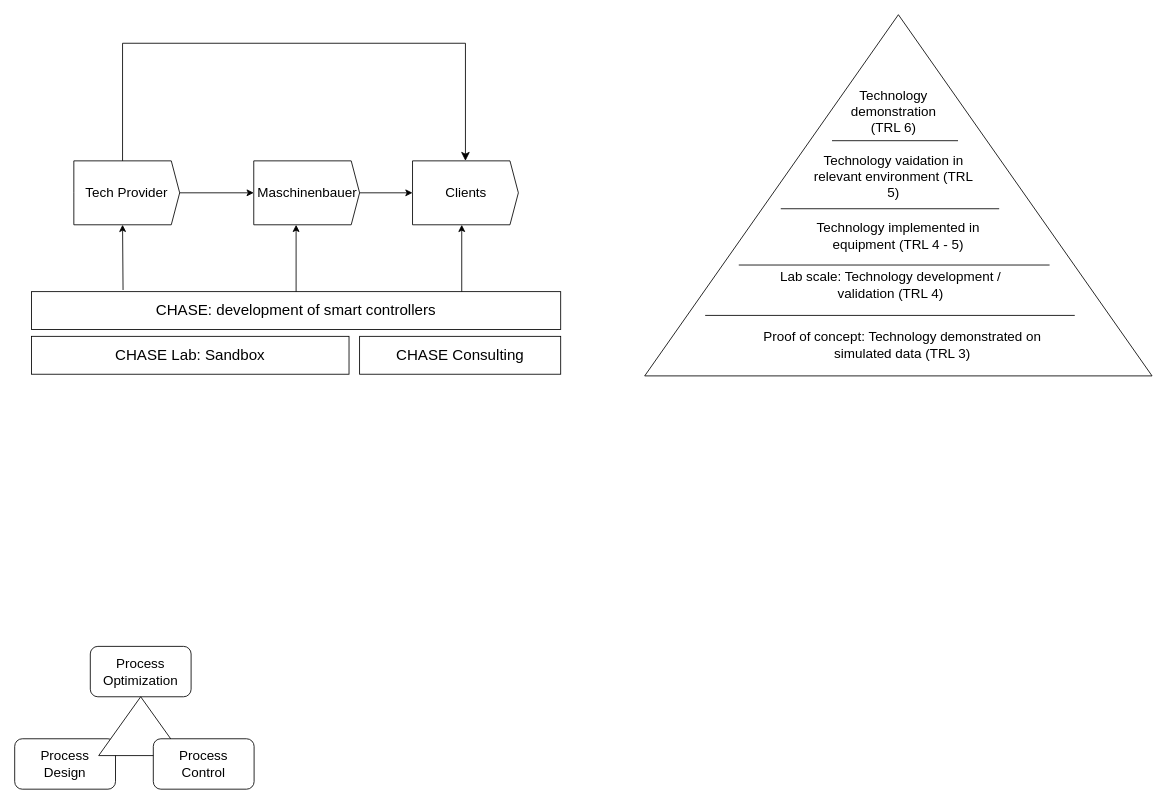
The draw.io diagram scenarios.drawio in kay-squared/PyTorchLearn, before the edit. Source tidied: cells renumbered, new cells numbered last; positions are measured from the earlier drawing's top-left corner, leaving out a move shared by most shapes. Both pictures are drawn from the tidied source at 84%, with x=0, y=0 at pixel (14, 14).
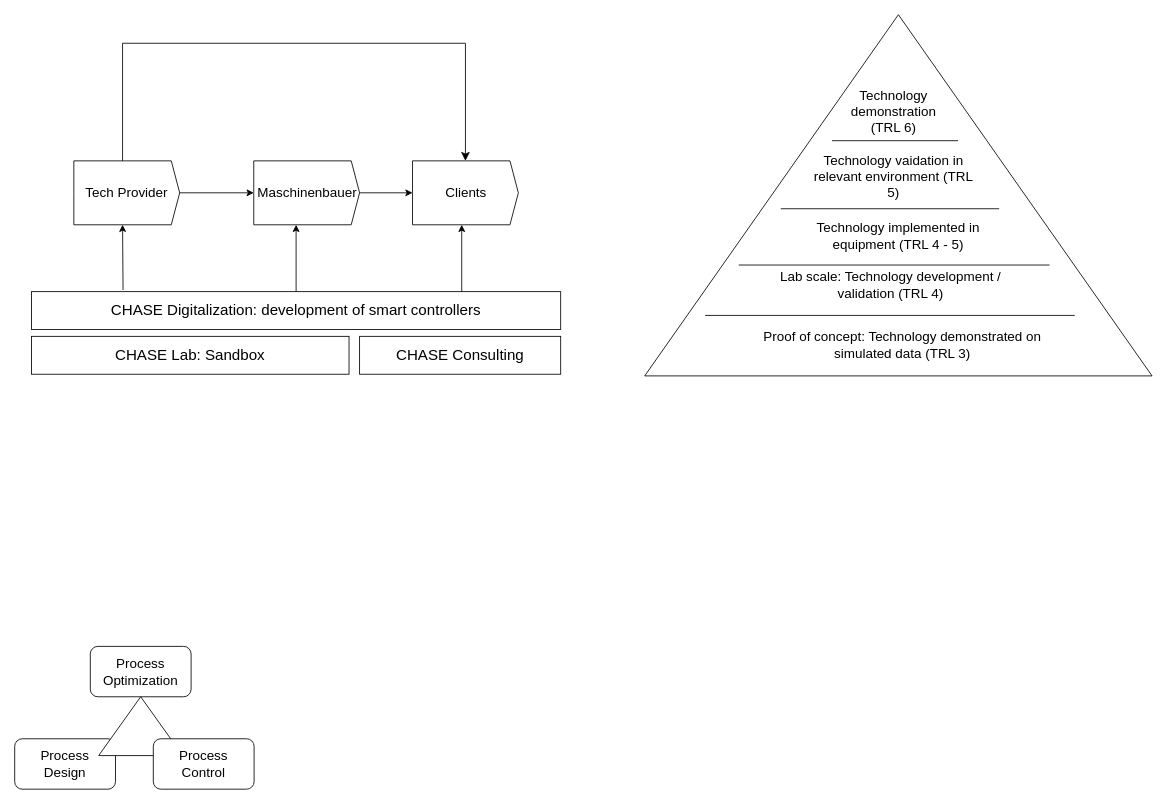
After the change.

Unchanged cells that the change refers to:
```xml
<mxCell id="17" style="group;" parent="1" vertex="1">
  <mxGeometry x="20" y="104" width="630" height="324" as="geometry" />
</mxCell>
```

Change to the diagram source:
```diff
@@
-    <mxCell id="23" value="&lt;font face=&quot;Rubik light&quot; style=&quot;font-size: 18px;&quot;&gt;CHASE: development of smart controllers&lt;/font&gt;" style="rounded=0;whiteSpace=wrap;html=1;" parent="17" vertex="1">
+    <mxCell id="23" value="&lt;font face=&quot;Rubik light&quot; style=&quot;font-size: 18px;&quot;&gt;CHASE Digitalization: development of smart controllers&lt;/font&gt;" style="rounded=0;whiteSpace=wrap;html=1;" parent="17" vertex="1">
       <mxGeometry y="225.7" width="630" height="45.1" as="geometry" />
     </mxCell>
```
